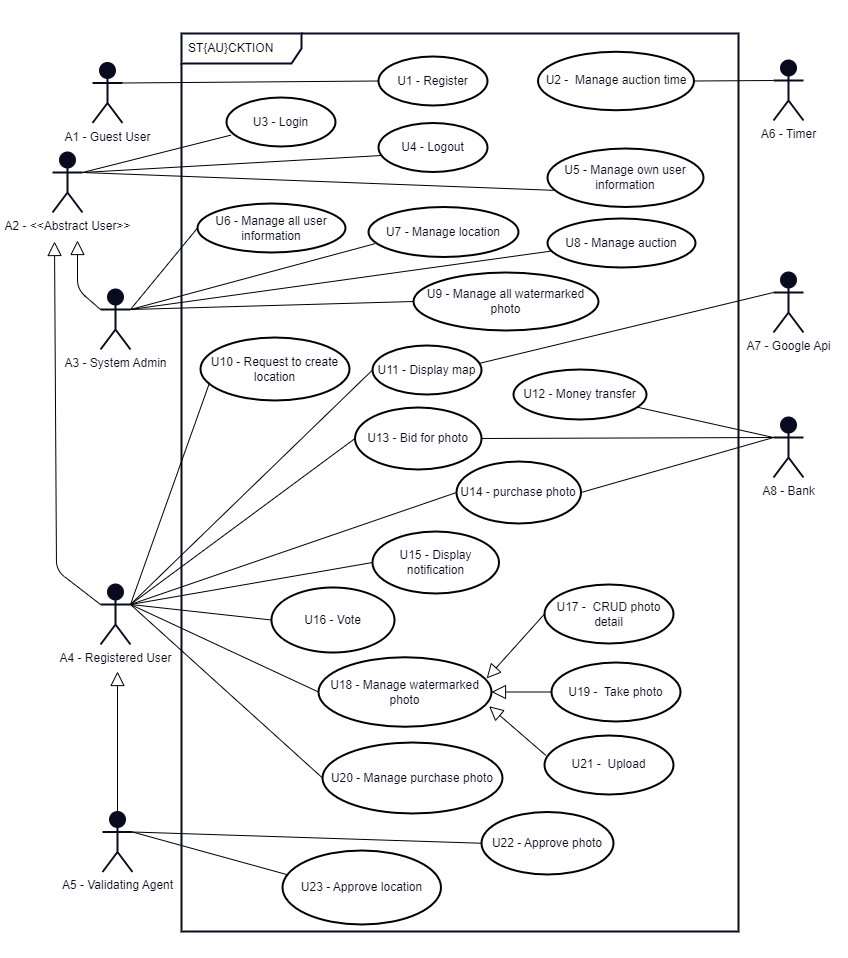
Before: diagrams/use-case-diagram/use-case-diagram.png, a diagram exported from draw.io (staucktion/docs). Source tidied: cells renumbered, new cells last; positions are measured from the earlier drawing's top-left corner, leaving out a move shared by most shapes.
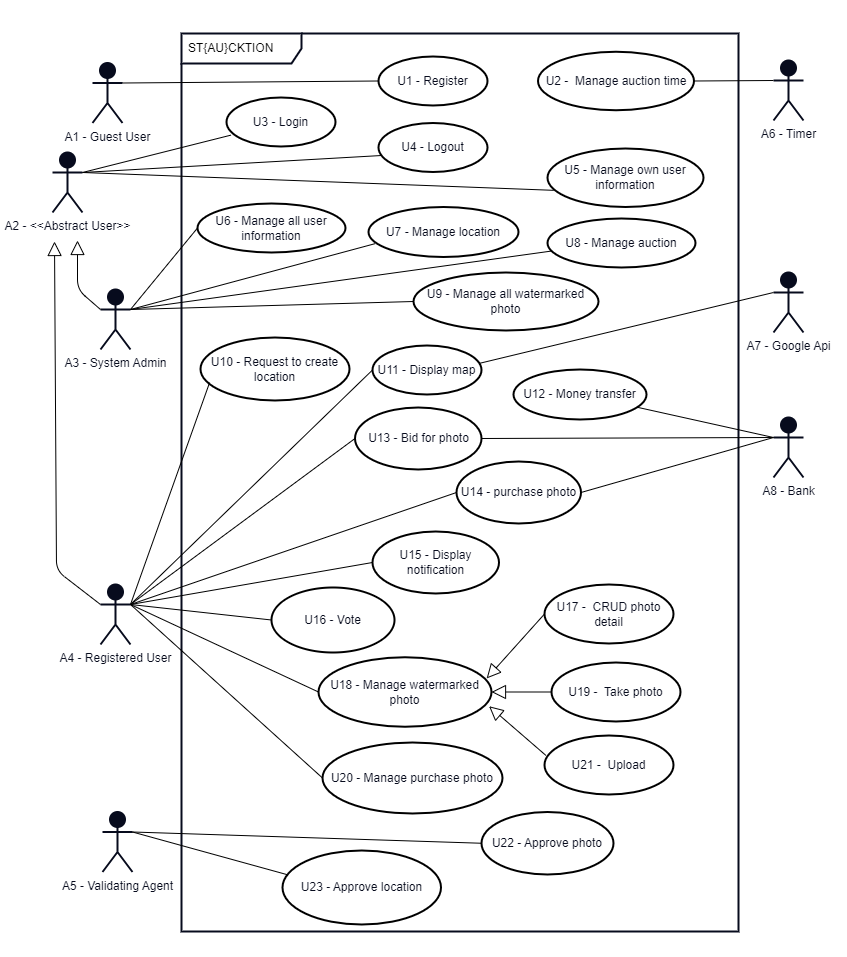
Later version of the same file.

Commit message:
update use case diagram

Diff of the diagram source:
```diff
@@ -111,11 +111,6 @@
         </Array>
       </mxGeometry>
     </mxCell>
-    <mxCell id="35" style="edgeStyle=none;html=1;endSize=12;endArrow=block;endFill=0;strokeColor=#000000;exitX=0.5;exitY=0;exitDx=0;exitDy=0;exitPerimeter=0;" parent="1" edge="1" source="19">
-      <mxGeometry relative="1" as="geometry">
-        <mxPoint x="116" y="670" as="targetPoint" />
-      </mxGeometry>
-    </mxCell>
     <mxCell id="36" style="endArrow=none;html=1;rounded=1;strokeColor=#000000;fontColor=#070B1D;exitX=1;exitY=0.5;exitDx=0;exitDy=0;entryX=0;entryY=0.3333333333333333;entryDx=0;entryDy=0;entryPerimeter=0;" parent="1" edge="1" source="11" target="12">
       <mxGeometry relative="1" as="geometry" />
     </mxCell>
```
